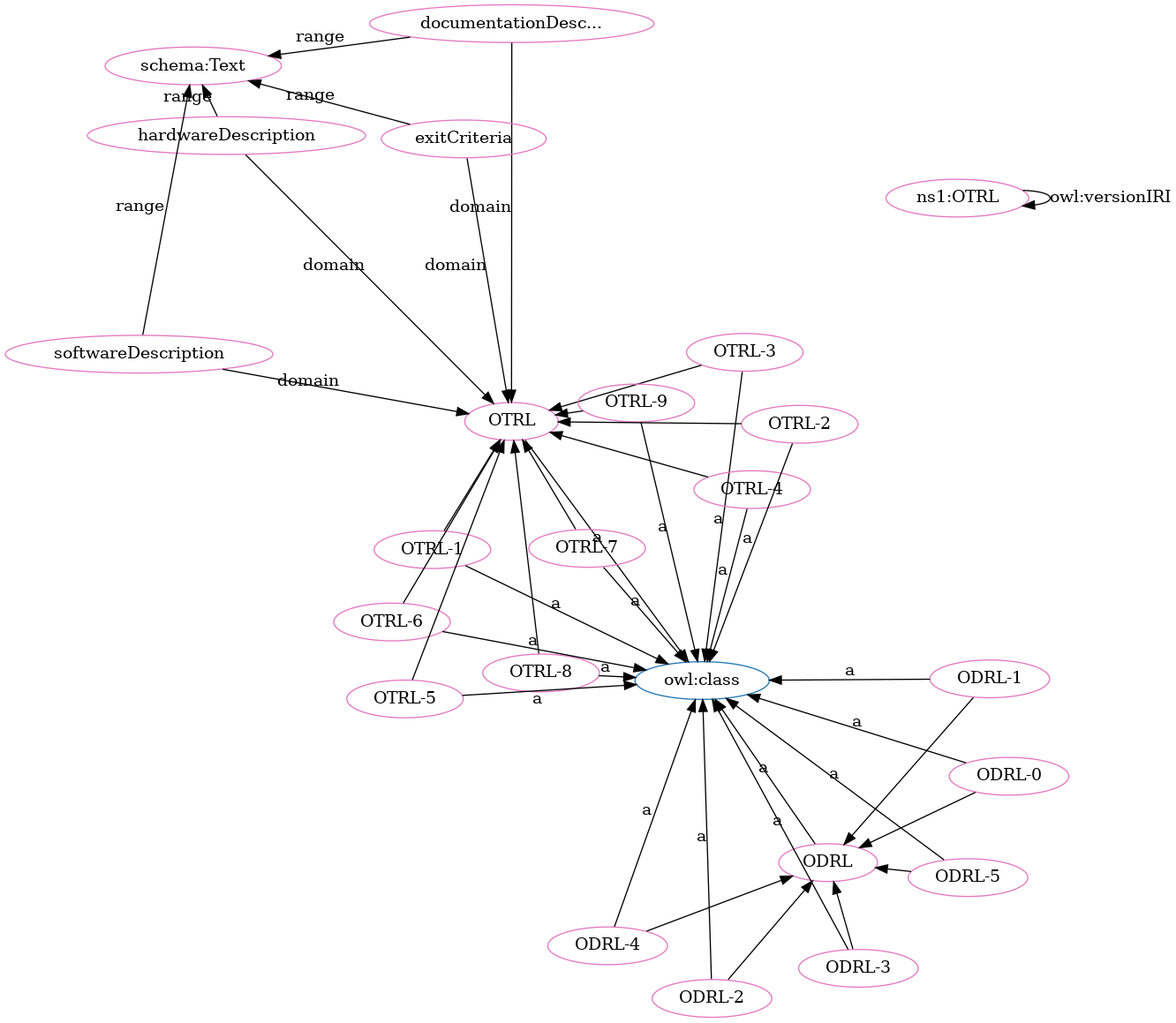
Earlier version of the Graphviz export OTRL-clean.png (OPEN-NEXT/OKH-LOSH). Its source is kept beside it as OTRL-clean.dot.
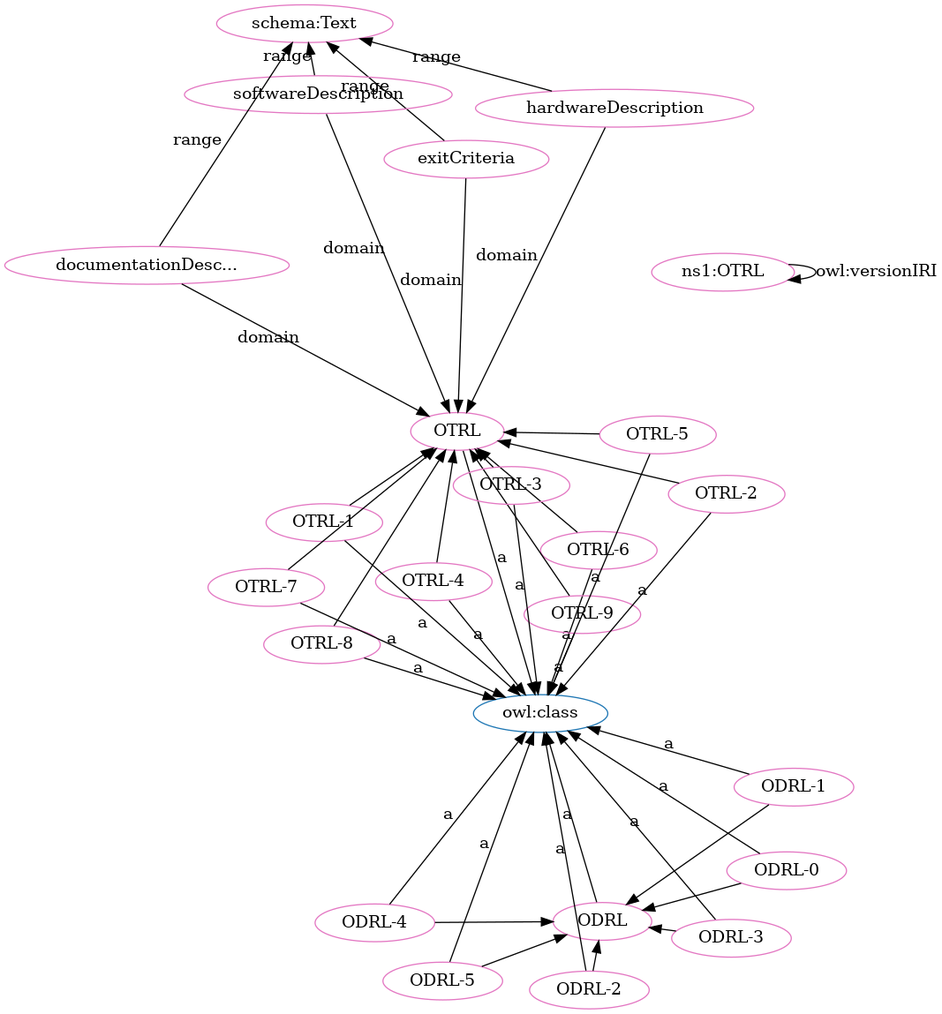
The same diagram one commit later.

Change to the diagram source:
```diff
@@ -1,71 +1,71 @@
 digraph G {
   rankdir=BT
   node[height=.3]
+"http://www.w3.org/2002/07/owl#class" [fillcolor="#1f77b4" color="#1f77b4" label="owl:class"]
 "http://purl.org/oseg/ontologies/OTRL#OTRL" [fillcolor="#1f77b4" color="#1f77b4" label="OTRL"]
 "http://purl.org/oseg/ontologies/OTRL#ODRL" [fillcolor="#1f77b4" color="#1f77b4" label="ODRL"]
-"http://www.w3.org/2002/07/owl#class" [fillcolor="#1f77b4" color="#1f77b4" label="owl:class"]
-"http://schema.org/Text" [fillcolor="#e377c2" color="#e377c2" label="schema:Text"]
+"http://purl.org/oseg/ontologies/OTRL#exitCriteria" [fillcolor="#e377c2" color="#e377c2" label="exitCriteria"]
+"http://purl.org/oseg/ontologies/OTRL#OTRL" [fillcolor="#e377c2" color="#e377c2" label="OTRL"]
+"http://purl.org/oseg/ontologies/OTRL#ODRL-0" [fillcolor="#e377c2" color="#e377c2" label="ODRL-0"]
 "http://purl.org/oseg/ontologies/OTRL" [fillcolor="#e377c2" color="#e377c2" label="ns1:OTRL"]
-"http://purl.org/oseg/ontologies/OTRL#OTRL" [fillcolor="#e377c2" color="#e377c2" label="OTRL"]
-"http://purl.org/oseg/ontologies/OTRL#OTRL-3" [fillcolor="#e377c2" color="#e377c2" label="OTRL-3"]
 "http://purl.org/oseg/ontologies/OTRL#ODRL" [fillcolor="#e377c2" color="#e377c2" label="ODRL"]
 "http://purl.org/oseg/ontologies/OTRL#OTRL-4" [fillcolor="#e377c2" color="#e377c2" label="OTRL-4"]
+"http://purl.org/oseg/ontologies/OTRL#OTRL-6" [fillcolor="#e377c2" color="#e377c2" label="OTRL-6"]
 "http://purl.org/oseg/ontologies/OTRL#ODRL-2" [fillcolor="#e377c2" color="#e377c2" label="ODRL-2"]
+"http://purl.org/oseg/ontologies/OTRL#OTRL-8" [fillcolor="#e377c2" color="#e377c2" label="OTRL-8"]
+"http://schema.org/Text" [fillcolor="#e377c2" color="#e377c2" label="schema:Text"]
 "http://purl.org/oseg/ontologies/OTRL#ODRL-4" [fillcolor="#e377c2" color="#e377c2" label="ODRL-4"]
-"http://purl.org/oseg/ontologies/OTRL#OTRL-8" [fillcolor="#e377c2" color="#e377c2" label="OTRL-8"]
+"http://purl.org/oseg/ontologies/OTRL#softwareDescription" [fillcolor="#e377c2" color="#e377c2" label="softwareDescription"]
+"http://purl.org/oseg/ontologies/OTRL#ODRL-3" [fillcolor="#e377c2" color="#e377c2" label="ODRL-3"]
+"http://purl.org/oseg/ontologies/OTRL#ODRL-1" [fillcolor="#e377c2" color="#e377c2" label="ODRL-1"]
 "http://purl.org/oseg/ontologies/OTRL#hardwareDescription" [fillcolor="#e377c2" color="#e377c2" label="hardwareDescription"]
+"http://purl.org/oseg/ontologies/OTRL#OTRL-1" [fillcolor="#e377c2" color="#e377c2" label="OTRL-1"]
+"http://purl.org/oseg/ontologies/OTRL#ODRL-5" [fillcolor="#e377c2" color="#e377c2" label="ODRL-5"]
 "http://purl.org/oseg/ontologies/OTRL#documentationDescription" [fillcolor="#e377c2" color="#e377c2" label="documentationDesc..."]
-"http://purl.org/oseg/ontologies/OTRL#ODRL-5" [fillcolor="#e377c2" color="#e377c2" label="ODRL-5"]
+"http://purl.org/oseg/ontologies/OTRL#OTRL-7" [fillcolor="#e377c2" color="#e377c2" label="OTRL-7"]
 "http://purl.org/oseg/ontologies/OTRL#OTRL-9" [fillcolor="#e377c2" color="#e377c2" label="OTRL-9"]
-"http://purl.org/oseg/ontologies/OTRL#OTRL-1" [fillcolor="#e377c2" color="#e377c2" label="OTRL-1"]
-"http://purl.org/oseg/ontologies/OTRL#ODRL-1" [fillcolor="#e377c2" color="#e377c2" label="ODRL-1"]
-"http://purl.org/oseg/ontologies/OTRL#ODRL-0" [fillcolor="#e377c2" color="#e377c2" label="ODRL-0"]
-"http://purl.org/oseg/ontologies/OTRL#ODRL-3" [fillcolor="#e377c2" color="#e377c2" label="ODRL-3"]
-"http://purl.org/oseg/ontologies/OTRL#exitCriteria" [fillcolor="#e377c2" color="#e377c2" label="exitCriteria"]
-"http://purl.org/oseg/ontologies/OTRL#softwareDescription" [fillcolor="#e377c2" color="#e377c2" label="softwareDescription"]
-"http://purl.org/oseg/ontologies/OTRL#OTRL-6" [fillcolor="#e377c2" color="#e377c2" label="OTRL-6"]
-"http://purl.org/oseg/ontologies/OTRL#OTRL-7" [fillcolor="#e377c2" color="#e377c2" label="OTRL-7"]
+"http://purl.org/oseg/ontologies/OTRL#OTRL-3" [fillcolor="#e377c2" color="#e377c2" label="OTRL-3"]
 "http://purl.org/oseg/ontologies/OTRL#OTRL-5" [fillcolor="#e377c2" color="#e377c2" label="OTRL-5"]
 "http://purl.org/oseg/ontologies/OTRL#OTRL-2" [fillcolor="#e377c2" color="#e377c2" label="OTRL-2"]
+  "http://purl.org/oseg/ontologies/OTRL#OTRL-9" -> "http://purl.org/oseg/ontologies/OTRL#OTRL" [label=""]
+  "http://purl.org/oseg/ontologies/OTRL#ODRL-0" -> "http://www.w3.org/2002/07/owl#class" [label="a"]
+  "http://purl.org/oseg/ontologies/OTRL#OTRL-6" -> "http://www.w3.org/2002/07/owl#class" [label="a"]
+  "http://purl.org/oseg/ontologies/OTRL#ODRL-2" -> "http://www.w3.org/2002/07/owl#class" [label="a"]
+  "http://purl.org/oseg/ontologies/OTRL#OTRL-1" -> "http://purl.org/oseg/ontologies/OTRL#OTRL" [label=""]
+  "http://purl.org/oseg/ontologies/OTRL#documentationDescription" -> "http://purl.org/oseg/ontologies/OTRL#OTRL" [label="domain"]
+  "http://purl.org/oseg/ontologies/OTRL#softwareDescription" -> "http://schema.org/Text" [label="range"]
+  "http://purl.org/oseg/ontologies/OTRL#ODRL-4" -> "http://www.w3.org/2002/07/owl#class" [label="a"]
+  "http://purl.org/oseg/ontologies/OTRL#OTRL-6" -> "http://purl.org/oseg/ontologies/OTRL#OTRL" [label=""]
+  "http://purl.org/oseg/ontologies/OTRL#ODRL-3" -> "http://www.w3.org/2002/07/owl#class" [label="a"]
+  "http://purl.org/oseg/ontologies/OTRL#OTRL-3" -> "http://purl.org/oseg/ontologies/OTRL#OTRL" [label=""]
+  "http://purl.org/oseg/ontologies/OTRL#ODRL-5" -> "http://purl.org/oseg/ontologies/OTRL#ODRL" [label=""]
+  "http://purl.org/oseg/ontologies/OTRL#OTRL-1" -> "http://www.w3.org/2002/07/owl#class" [label="a"]
+  "http://purl.org/oseg/ontologies/OTRL#softwareDescription" -> "http://purl.org/oseg/ontologies/OTRL#OTRL" [label="domain"]
+  "http://purl.org/oseg/ontologies/OTRL#documentationDescription" -> "http://schema.org/Text" [label="range"]
+  "http://purl.org/oseg/ontologies/OTRL#OTRL-2" -> "http://purl.org/oseg/ontologies/OTRL#OTRL" [label=""]
+  "http://purl.org/oseg/ontologies/OTRL#OTRL-3" -> "http://www.w3.org/2002/07/owl#class" [label="a"]
+  "http://purl.org/oseg/ontologies/OTRL#OTRL-5" -> "http://www.w3.org/2002/07/owl#class" [label="a"]
+  "http://purl.org/oseg/ontologies/OTRL#OTRL-7" -> "http://purl.org/oseg/ontologies/OTRL#OTRL" [label=""]
+  "http://purl.org/oseg/ontologies/OTRL#exitCriteria" -> "http://schema.org/Text" [label="range"]
+  "http://purl.org/oseg/ontologies/OTRL#OTRL-2" -> "http://www.w3.org/2002/07/owl#class" [label="a"]
   "http://purl.org/oseg/ontologies/OTRL#hardwareDescription" -> "http://schema.org/Text" [label="range"]
+  "http://purl.org/oseg/ontologies/OTRL" -> "http://purl.org/oseg/ontologies/OTRL" [label="owl:versionIRI"]
+  "http://purl.org/oseg/ontologies/OTRL#ODRL-1" -> "http://purl.org/oseg/ontologies/OTRL#ODRL" [label=""]
+  "http://purl.org/oseg/ontologies/OTRL#OTRL-4" -> "http://www.w3.org/2002/07/owl#class" [label="a"]
+  "http://purl.org/oseg/ontologies/OTRL#exitCriteria" -> "http://purl.org/oseg/ontologies/OTRL#OTRL" [label="domain"]
+  "http://purl.org/oseg/ontologies/OTRL#OTRL-5" -> "http://purl.org/oseg/ontologies/OTRL#OTRL" [label=""]
+  "http://purl.org/oseg/ontologies/OTRL#hardwareDescription" -> "http://purl.org/oseg/ontologies/OTRL#OTRL" [label="domain"]
+  "http://purl.org/oseg/ontologies/OTRL#ODRL-2" -> "http://purl.org/oseg/ontologies/OTRL#ODRL" [label=""]
+  "http://purl.org/oseg/ontologies/OTRL#OTRL-8" -> "http://www.w3.org/2002/07/owl#class" [label="a"]
+  "http://purl.org/oseg/ontologies/OTRL#OTRL-4" -> "http://purl.org/oseg/ontologies/OTRL#OTRL" [label=""]
+  "http://purl.org/oseg/ontologies/OTRL#ODRL-3" -> "http://purl.org/oseg/ontologies/OTRL#ODRL" [label=""]
+  "http://purl.org/oseg/ontologies/OTRL#ODRL-0" -> "http://purl.org/oseg/ontologies/OTRL#ODRL" [label=""]
+  "http://purl.org/oseg/ontologies/OTRL#ODRL-1" -> "http://www.w3.org/2002/07/owl#class" [label="a"]
+  "http://purl.org/oseg/ontologies/OTRL#ODRL-5" -> "http://www.w3.org/2002/07/owl#class" [label="a"]
+  "http://purl.org/oseg/ontologies/OTRL#OTRL-8" -> "http://purl.org/oseg/ontologies/OTRL#OTRL" [label=""]
+  "http://purl.org/oseg/ontologies/OTRL#OTRL-7" -> "http://www.w3.org/2002/07/owl#class" [label="a"]
+  "http://purl.org/oseg/ontologies/OTRL#OTRL-9" -> "http://www.w3.org/2002/07/owl#class" [label="a"]
   "http://purl.org/oseg/ontologies/OTRL#OTRL" -> "http://www.w3.org/2002/07/owl#class" [label="a"]
-  "http://purl.org/oseg/ontologies/OTRL#OTRL-1" -> "http://purl.org/oseg/ontologies/OTRL#OTRL" [label=""]
-  "http://purl.org/oseg/ontologies/OTRL#OTRL-5" -> "http://purl.org/oseg/ontologies/OTRL#OTRL" [label=""]
-  "http://purl.org/oseg/ontologies/OTRL#OTRL-4" -> "http://www.w3.org/2002/07/owl#class" [label="a"]
-  "http://purl.org/oseg/ontologies/OTRL#ODRL-0" -> "http://purl.org/oseg/ontologies/OTRL#ODRL" [label=""]
-  "http://purl.org/oseg/ontologies/OTRL#ODRL-4" -> "http://www.w3.org/2002/07/owl#class" [label="a"]
-  "http://purl.org/oseg/ontologies/OTRL#OTRL-8" -> "http://purl.org/oseg/ontologies/OTRL#OTRL" [label=""]
-  "http://purl.org/oseg/ontologies/OTRL#hardwareDescription" -> "http://purl.org/oseg/ontologies/OTRL#OTRL" [label="domain"]
-  "http://purl.org/oseg/ontologies/OTRL#OTRL-1" -> "http://www.w3.org/2002/07/owl#class" [label="a"]
-  "http://purl.org/oseg/ontologies/OTRL#OTRL-6" -> "http://purl.org/oseg/ontologies/OTRL#OTRL" [label=""]
   "http://purl.org/oseg/ontologies/OTRL#ODRL" -> "http://www.w3.org/2002/07/owl#class" [label="a"]
-  "http://purl.org/oseg/ontologies/OTRL#OTRL-2" -> "http://purl.org/oseg/ontologies/OTRL#OTRL" [label=""]
-  "http://purl.org/oseg/ontologies/OTRL#ODRL-0" -> "http://www.w3.org/2002/07/owl#class" [label="a"]
-  "http://purl.org/oseg/ontologies/OTRL#ODRL-3" -> "http://www.w3.org/2002/07/owl#class" [label="a"]
-  "http://purl.org/oseg/ontologies/OTRL#exitCriteria" -> "http://schema.org/Text" [label="range"]
-  "http://purl.org/oseg/ontologies/OTRL#OTRL-6" -> "http://www.w3.org/2002/07/owl#class" [label="a"]
-  "http://purl.org/oseg/ontologies/OTRL#ODRL-3" -> "http://purl.org/oseg/ontologies/OTRL#ODRL" [label=""]
-  "http://purl.org/oseg/ontologies/OTRL#OTRL-2" -> "http://www.w3.org/2002/07/owl#class" [label="a"]
-  "http://purl.org/oseg/ontologies/OTRL#OTRL-9" -> "http://purl.org/oseg/ontologies/OTRL#OTRL" [label=""]
-  "http://purl.org/oseg/ontologies/OTRL#OTRL-3" -> "http://www.w3.org/2002/07/owl#class" [label="a"]
-  "http://purl.org/oseg/ontologies/OTRL#ODRL-5" -> "http://purl.org/oseg/ontologies/OTRL#ODRL" [label=""]
-  "http://purl.org/oseg/ontologies/OTRL#ODRL-2" -> "http://www.w3.org/2002/07/owl#class" [label="a"]
-  "http://purl.org/oseg/ontologies/OTRL#OTRL-3" -> "http://purl.org/oseg/ontologies/OTRL#OTRL" [label=""]
-  "http://purl.org/oseg/ontologies/OTRL#OTRL-8" -> "http://www.w3.org/2002/07/owl#class" [label="a"]
-  "http://purl.org/oseg/ontologies/OTRL#exitCriteria" -> "http://purl.org/oseg/ontologies/OTRL#OTRL" [label="domain"]
-  "http://purl.org/oseg/ontologies/OTRL" -> "http://purl.org/oseg/ontologies/OTRL" [label="owl:versionIRI"]
-  "http://purl.org/oseg/ontologies/OTRL#ODRL-5" -> "http://www.w3.org/2002/07/owl#class" [label="a"]
-  "http://purl.org/oseg/ontologies/OTRL#OTRL-9" -> "http://www.w3.org/2002/07/owl#class" [label="a"]
-  "http://purl.org/oseg/ontologies/OTRL#documentationDescription" -> "http://purl.org/oseg/ontologies/OTRL#OTRL" [label="domain"]
-  "http://purl.org/oseg/ontologies/OTRL#OTRL-7" -> "http://purl.org/oseg/ontologies/OTRL#OTRL" [label=""]
-  "http://purl.org/oseg/ontologies/OTRL#softwareDescription" -> "http://purl.org/oseg/ontologies/OTRL#OTRL" [label="domain"]
-  "http://purl.org/oseg/ontologies/OTRL#ODRL-2" -> "http://purl.org/oseg/ontologies/OTRL#ODRL" [label=""]
-  "http://purl.org/oseg/ontologies/OTRL#ODRL-1" -> "http://www.w3.org/2002/07/owl#class" [label="a"]
-  "http://purl.org/oseg/ontologies/OTRL#documentationDescription" -> "http://schema.org/Text" [label="range"]
-  "http://purl.org/oseg/ontologies/OTRL#softwareDescription" -> "http://schema.org/Text" [label="range"]
-  "http://purl.org/oseg/ontologies/OTRL#OTRL-4" -> "http://purl.org/oseg/ontologies/OTRL#OTRL" [label=""]
-  "http://purl.org/oseg/ontologies/OTRL#ODRL-1" -> "http://purl.org/oseg/ontologies/OTRL#ODRL" [label=""]
-  "http://purl.org/oseg/ontologies/OTRL#OTRL-7" -> "http://www.w3.org/2002/07/owl#class" [label="a"]
-  "http://purl.org/oseg/ontologies/OTRL#OTRL-5" -> "http://www.w3.org/2002/07/owl#class" [label="a"]
   "http://purl.org/oseg/ontologies/OTRL#ODRL-4" -> "http://purl.org/oseg/ontologies/OTRL#ODRL" [label=""]
 }
```
